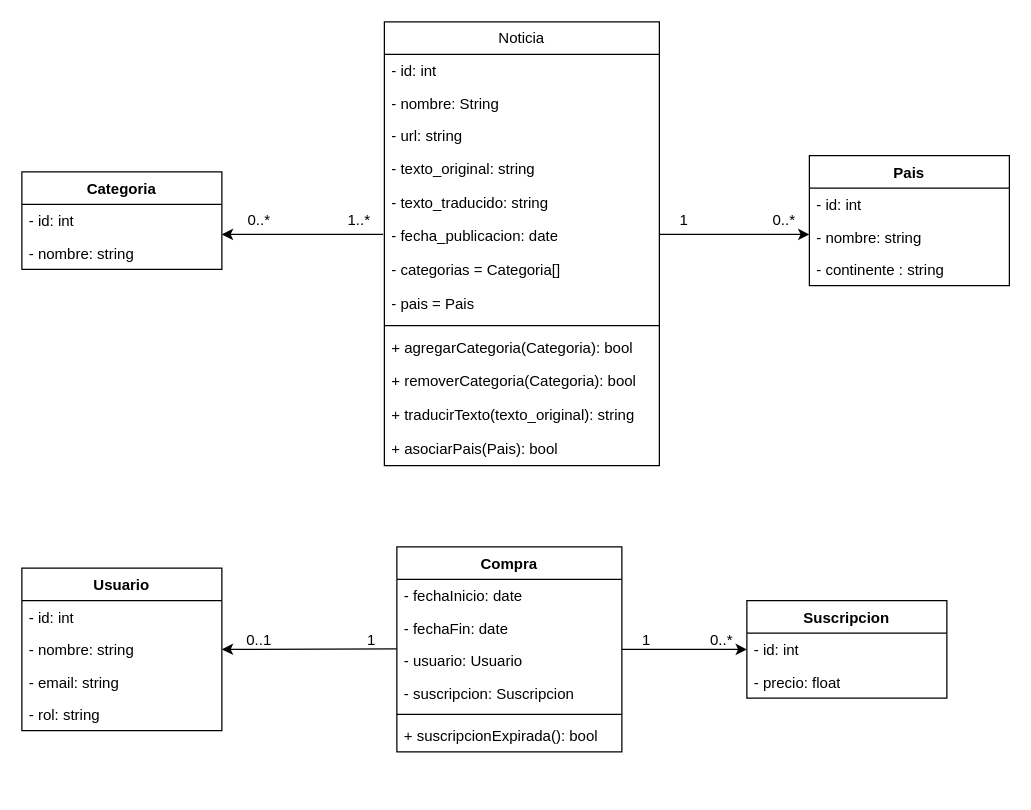
Earlier version of the draw.io diagram Proyecto Intermodular/Diagrama de Clases.drawio (AdriianVega/2_DAW). Source tidied: cells renumbered, new cells numbered last; positions are measured from the earlier drawing's top-left corner, leaving out a move shared by most shapes. Both pictures are drawn from the tidied source at 125%, with x=0, y=0 at pixel (21, 21).
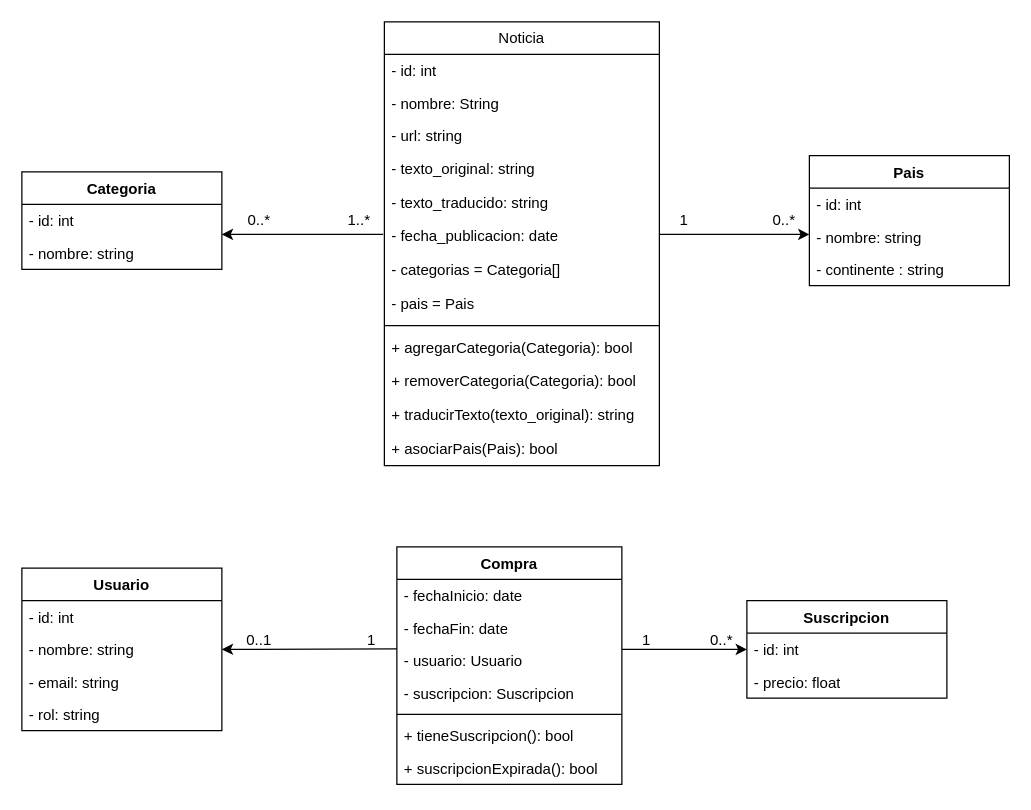
The same page after the edit.

The edit, as a diff of the source:
```diff
@@
     <mxCell id="34" value="Compra" style="swimlane;fontStyle=1;align=center;verticalAlign=top;horizontal=1;startSize=26;whiteSpace=wrap;html=1;" parent="1" vertex="1">
-      <mxGeometry x="300" y="420" width="180" height="164" as="geometry" />
+      <mxGeometry x="300" y="420" width="180" height="190" as="geometry" />
     </mxCell>
@@
+    <mxCell id="50" value="+ tieneSuscripcion(): bool" style="text;strokeColor=none;fillColor=none;align=left;verticalAlign=top;spacingLeft=4;spacingRight=4;overflow=hidden;whiteSpace=wrap;html=1;" parent="34" vertex="1">
+      <mxGeometry y="138" width="180" height="26" as="geometry" />
+    </mxCell>
     <mxCell id="40" value="+ suscripcionExpirada(): bool" style="text;strokeColor=none;fillColor=none;align=left;verticalAlign=top;spacingLeft=4;spacingRight=4;overflow=hidden;whiteSpace=wrap;html=1;" parent="34" vertex="1">
-      <mxGeometry y="138" width="180" height="26" as="geometry" />
+      <mxGeometry y="164" width="180" height="26" as="geometry" />
     </mxCell>
```
